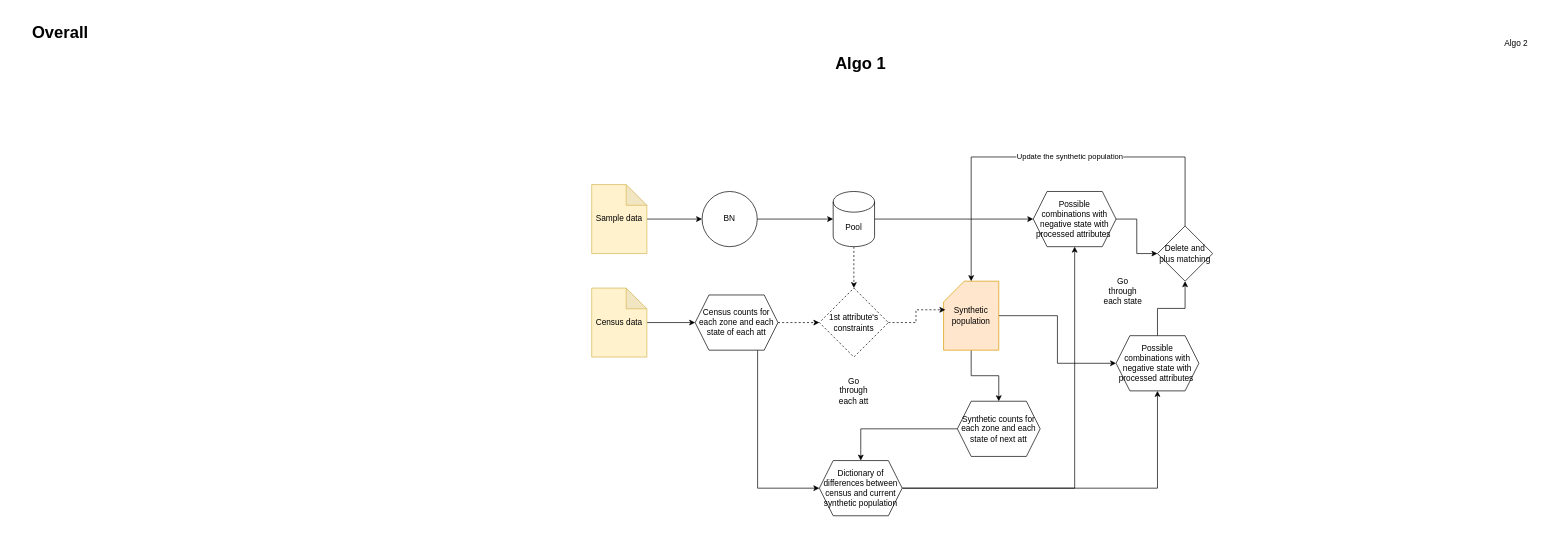
Before: PopSynthesis/Methods/connect_HH_PP/MultiBN_loop.drawio in bobkatla/PopSyn_Monash, a draw.io diagram. Source tidied: cells renumbered, new cells numbered last; positions are measured from the earlier drawing's top-left corner, leaving out a move shared by most shapes. Both pictures are drawn from the tidied source at 69%, with x=0, y=0 at pixel (12, 19).
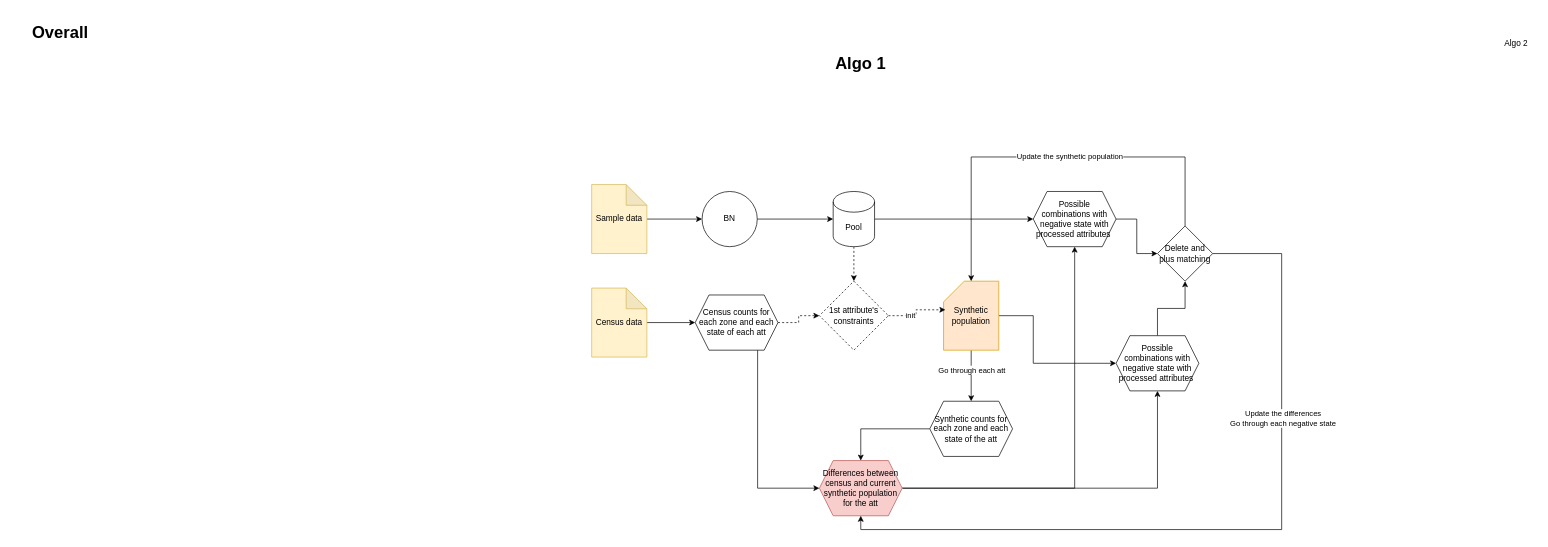
The same diagram, later.

Unchanged cells that the change refers to:
```xml
<mxCell id="18" style="edgeStyle=orthogonalEdgeStyle;rounded=0;jettySize=auto;html=1;" parent="1" edge="1" source="19" target="22">
  <mxGeometry relative="1" as="geometry" />
</mxCell>
<mxCell id="19" value="Synthetic population" style="shape=card;whiteSpace=wrap;html=1;fillColor=#ffe6cc;strokeColor=#d79b00;" parent="1" vertex="1">
  <mxGeometry x="1350" y="380" width="80" height="100" as="geometry" />
</mxCell>
<mxCell id="28" value="Possible combinations with negative state with processed attributes&amp;nbsp;" style="shape=hexagon;perimeter=hexagonPerimeter2;whiteSpace=wrap;html=1;fixedSize=1;" parent="1" vertex="1">
  <mxGeometry x="1600" y="459" width="120" height="80" as="geometry" />
</mxCell>
<mxCell id="31" style="edgeStyle=orthogonalEdgeStyle;rounded=0;jettySize=auto;html=1;entryX=0.033;entryY=0.415;entryDx=0;entryDy=0;entryPerimeter=0;dashed=1;" parent="1" edge="1" source="20" target="19">
  <mxGeometry relative="1" as="geometry" />
</mxCell>
<mxCell id="32" value="Delete and plus matching" style="rhombus;whiteSpace=wrap;html=1;" parent="1" vertex="1">
  <mxGeometry x="1660" y="300" width="80" height="80" as="geometry" />
</mxCell>
```

Diff of the diagram source:
```diff
@@
     <mxCell id="17" style="edgeStyle=orthogonalEdgeStyle;rounded=0;jettySize=auto;html=1;" parent="1" edge="1" source="19" target="28">
-      <mxGeometry relative="1" as="geometry" />
+      <mxGeometry relative="1" as="geometry">
+        <Array as="points">
+          <mxPoint x="1480" y="430" />
+          <mxPoint x="1480" y="499" />
+        </Array>
+      </mxGeometry>
     </mxCell>
@@
+    <mxCell id="26" value="Go through each att" style="edgeLabel;html=1;align=center;verticalAlign=middle;" parent="18" vertex="1">
+      <mxGeometry x="-0.22" relative="1" as="geometry">
+        <mxPoint y="-1" as="offset" />
+      </mxGeometry>
+    </mxCell>
@@
     <mxCell id="20" value="1st attribute's constraints" style="rhombus;whiteSpace=wrap;html=1;dashed=1;" parent="1" vertex="1">
-      <mxGeometry x="1170" y="390" width="100" height="100" as="geometry" />
+      <mxGeometry x="1170" y="380" width="100" height="100" as="geometry" />
     </mxCell>
@@
-    <mxCell id="22" value="Synthetic counts for each zone and each state of next att" style="shape=hexagon;perimeter=hexagonPerimeter2;whiteSpace=wrap;html=1;fixedSize=1;" parent="1" vertex="1">
-      <mxGeometry x="1370" y="554" width="120" height="80" as="geometry" />
+    <mxCell id="22" value="Synthetic counts for each zone and each state of the att" style="shape=hexagon;perimeter=hexagonPerimeter2;whiteSpace=wrap;html=1;fixedSize=1;" parent="1" vertex="1">
+      <mxGeometry x="1330" y="554" width="120" height="80" as="geometry" />
     </mxCell>
@@
-    <mxCell id="25" value="Dictionary of differences between census and current synthetic population" style="shape=hexagon;perimeter=hexagonPerimeter2;whiteSpace=wrap;html=1;fixedSize=1;" parent="1" vertex="1">
+    <mxCell id="25" value="Differences between census and current synthetic population for the att" style="shape=hexagon;perimeter=hexagonPerimeter2;whiteSpace=wrap;html=1;fixedSize=1;fillColor=#f8cecc;strokeColor=#b85450;" parent="1" vertex="1">
       <mxGeometry x="1170" y="640" width="120" height="80" as="geometry" />
     </mxCell>
-    <mxCell id="26" value="Go through each att" style="text;html=1;strokeColor=none;fillColor=none;align=center;verticalAlign=middle;whiteSpace=wrap;rounded=0;" parent="1" vertex="1">
-      <mxGeometry x="1190" y="524" width="60" height="30" as="geometry" />
-    </mxCell>
@@
+    <mxCell id="36" value="init" style="edgeLabel;html=1;align=center;verticalAlign=middle;" parent="31" vertex="1">
+      <mxGeometry x="-0.32" y="1" relative="1" as="geometry" />
+    </mxCell>
+    <mxCell id="37" style="edgeStyle=orthogonalEdgeStyle;rounded=0;jettySize=auto;html=1;entryX=0.5;entryY=1;entryDx=0;entryDy=0;" parent="1" edge="1" source="32" target="25">
+      <mxGeometry relative="1" as="geometry">
+        <Array as="points">
+          <mxPoint x="1840" y="340" />
+          <mxPoint x="1840" y="740" />
+          <mxPoint x="1230" y="740" />
+        </Array>
+      </mxGeometry>
+    </mxCell>
+    <mxCell id="38" value="Update the differences&lt;br&gt;Go through each negative state" style="edgeLabel;html=1;align=center;verticalAlign=middle;" parent="37" vertex="1">
+      <mxGeometry x="-0.4" y="1" relative="1" as="geometry">
+        <mxPoint y="-1" as="offset" />
+      </mxGeometry>
+    </mxCell>
@@
-    <mxCell id="35" value="Go through each state" style="text;html=1;strokeColor=none;fillColor=none;align=center;verticalAlign=middle;whiteSpace=wrap;rounded=0;" parent="1" vertex="1">
-      <mxGeometry x="1580" y="380" width="60" height="30" as="geometry" />
-    </mxCell>
```
